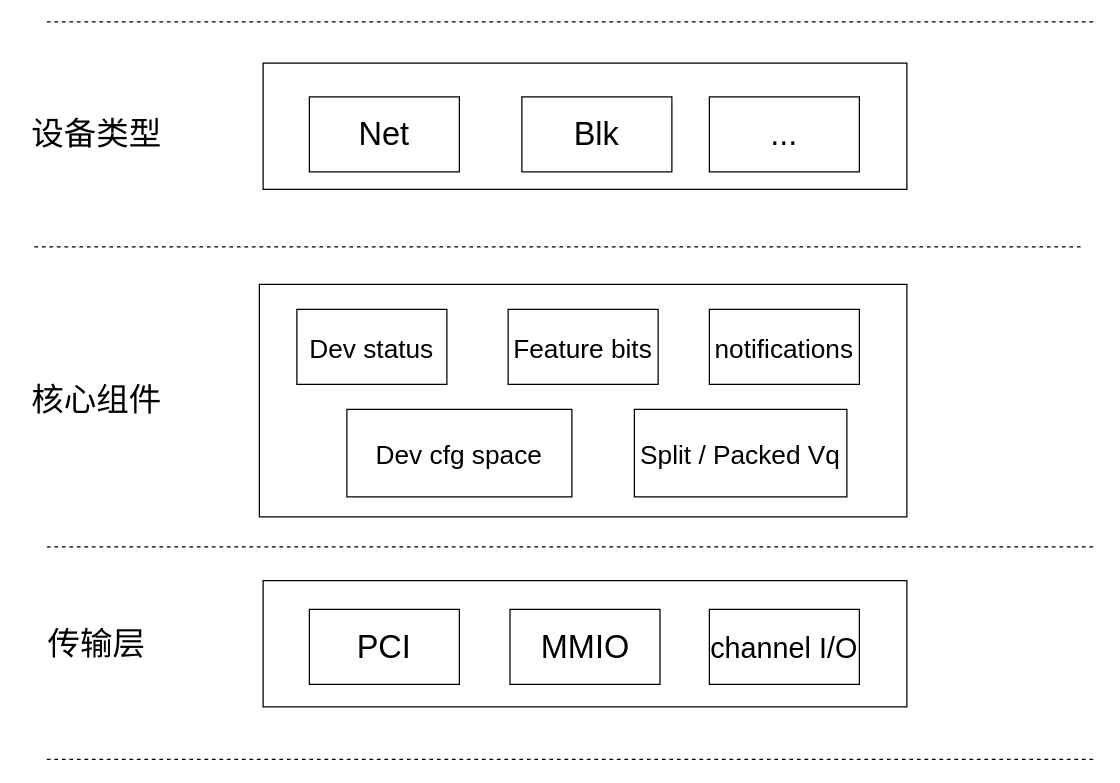
Earlier version of the draw.io diagram virtio基本组件.drawio (SongXiaoLongg/DrawIO). Source tidied: cells renumbered, new cells numbered last; positions are measured from the earlier drawing's top-left corner, leaving out a move shared by most shapes. Both pictures are drawn from the tidied source at 125%, with x=0, y=0 at pixel (21, 21).
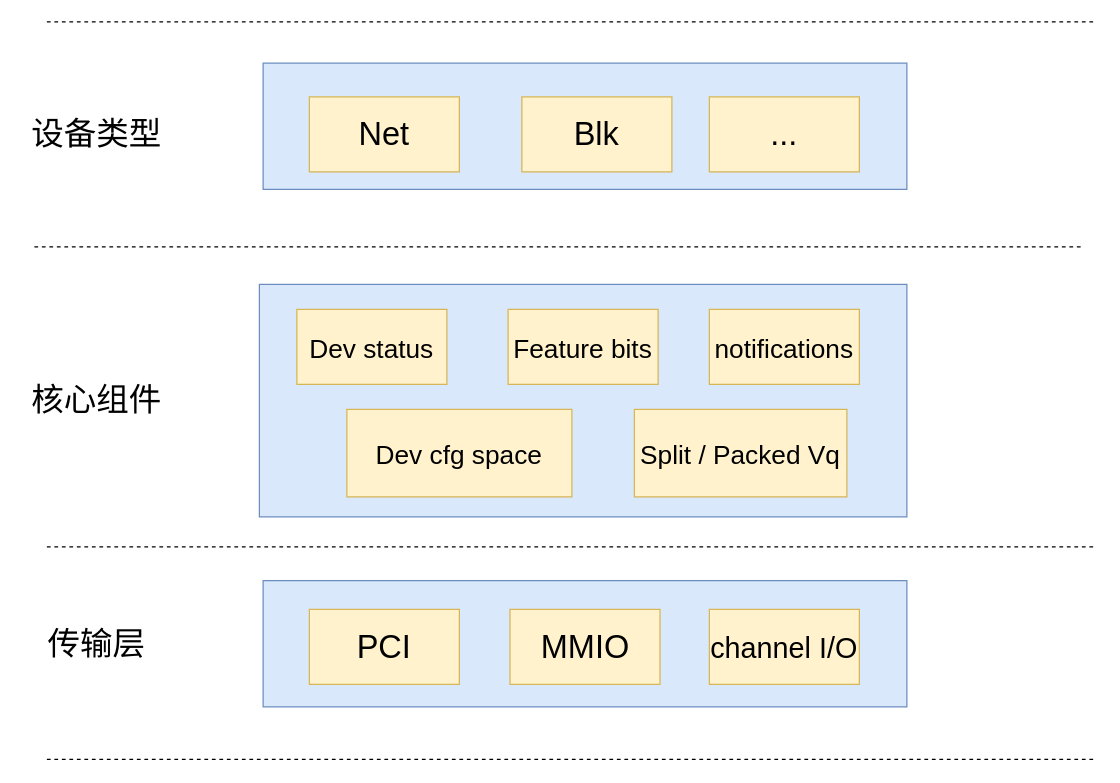
After the change.

Commit message:
更新virtio基本组件.drawio

Change to the diagram source:
```diff
@@
-    <mxCell id="2" style="rounded=0;whiteSpace=wrap;html=1;" parent="1" vertex="1">
+    <mxCell id="2" style="rounded=0;whiteSpace=wrap;html=1;fillColor=#dae8fc;strokeColor=#6c8ebf;" parent="1" vertex="1">
       <mxGeometry x="193" y="33" width="515" height="101" as="geometry" />
     </mxCell>
-    <mxCell id="3" style="rounded=0;whiteSpace=wrap;html=1;" parent="1" vertex="1">
+    <mxCell id="3" style="rounded=0;whiteSpace=wrap;html=1;fillColor=#dae8fc;strokeColor=#6c8ebf;" parent="1" vertex="1">
       <mxGeometry x="190" y="210" width="518" height="186" as="geometry" />
     </mxCell>
-    <mxCell id="4" style="rounded=0;whiteSpace=wrap;html=1;" parent="1" vertex="1">
+    <mxCell id="4" style="rounded=0;whiteSpace=wrap;html=1;fillColor=#dae8fc;strokeColor=#6c8ebf;" parent="1" vertex="1">
       <mxGeometry x="193" y="447" width="515" height="101" as="geometry" />
     </mxCell>
@@
-    <mxCell id="12" value="PCI" style="rounded=0;whiteSpace=wrap;html=1;labelBackgroundColor=#ffffff;fontSize=26;" parent="1" vertex="1">
+    <mxCell id="12" value="PCI" style="rounded=0;whiteSpace=wrap;html=1;labelBackgroundColor=none;fontSize=26;fillColor=#fff2cc;strokeColor=#d6b656;" parent="1" vertex="1">
       <mxGeometry x="230" y="470" width="120" height="60" as="geometry" />
     </mxCell>
-    <mxCell id="13" value="MMIO" style="rounded=0;whiteSpace=wrap;html=1;labelBackgroundColor=#ffffff;fontSize=26;" parent="1" vertex="1">
+    <mxCell id="13" value="MMIO" style="rounded=0;whiteSpace=wrap;html=1;labelBackgroundColor=none;fontSize=26;fillColor=#fff2cc;strokeColor=#d6b656;" parent="1" vertex="1">
       <mxGeometry x="390.5" y="470" width="120" height="60" as="geometry" />
     </mxCell>
-    <mxCell id="14" value="&lt;font style=&quot;font-size: 23px;&quot;&gt;channel I/O&lt;/font&gt;" style="rounded=0;whiteSpace=wrap;html=1;labelBackgroundColor=#ffffff;fontSize=26;" parent="1" vertex="1">
+    <mxCell id="14" value="&lt;font style=&quot;font-size: 23px;&quot;&gt;channel I/O&lt;/font&gt;" style="rounded=0;whiteSpace=wrap;html=1;labelBackgroundColor=none;fontSize=26;fillColor=#fff2cc;strokeColor=#d6b656;" parent="1" vertex="1">
       <mxGeometry x="550" y="470" width="120" height="60" as="geometry" />
     </mxCell>
-    <mxCell id="15" value="&lt;font style=&quot;font-size: 21px;&quot;&gt;Dev status&lt;/font&gt;" style="rounded=0;whiteSpace=wrap;html=1;labelBackgroundColor=#ffffff;fontSize=26;" parent="1" vertex="1">
+    <mxCell id="15" value="&lt;font style=&quot;font-size: 21px;&quot;&gt;Dev status&lt;/font&gt;" style="rounded=0;whiteSpace=wrap;html=1;labelBackgroundColor=none;fontSize=26;fillColor=#fff2cc;strokeColor=#d6b656;" parent="1" vertex="1">
       <mxGeometry x="220" y="230" width="120" height="60" as="geometry" />
     </mxCell>
-    <mxCell id="16" value="&lt;font style=&quot;font-size: 21px;&quot;&gt;Feature bits&lt;/font&gt;" style="rounded=0;whiteSpace=wrap;html=1;labelBackgroundColor=#ffffff;fontSize=26;" parent="1" vertex="1">
+    <mxCell id="16" value="&lt;font style=&quot;font-size: 21px;&quot;&gt;Feature bits&lt;/font&gt;" style="rounded=0;whiteSpace=wrap;html=1;labelBackgroundColor=none;fontSize=26;fillColor=#fff2cc;strokeColor=#d6b656;" parent="1" vertex="1">
       <mxGeometry x="389" y="230" width="120" height="60" as="geometry" />
     </mxCell>
-    <mxCell id="17" value="&lt;font style=&quot;font-size: 21px;&quot;&gt;notifications&lt;/font&gt;" style="rounded=0;whiteSpace=wrap;html=1;labelBackgroundColor=#ffffff;fontSize=26;" parent="1" vertex="1">
+    <mxCell id="17" value="&lt;font style=&quot;font-size: 21px;&quot;&gt;notifications&lt;/font&gt;" style="rounded=0;whiteSpace=wrap;html=1;labelBackgroundColor=none;fontSize=26;fillColor=#fff2cc;strokeColor=#d6b656;" parent="1" vertex="1">
       <mxGeometry x="550" y="230" width="120" height="60" as="geometry" />
     </mxCell>
-    <mxCell id="18" value="&lt;font style=&quot;font-size: 21px; line-height: 0.3;&quot;&gt;Dev cfg space&lt;/font&gt;" style="rounded=0;whiteSpace=wrap;html=1;labelBackgroundColor=#ffffff;fontSize=26;" parent="1" vertex="1">
+    <mxCell id="18" value="&lt;font style=&quot;font-size: 21px; line-height: 0.3;&quot;&gt;Dev cfg space&lt;/font&gt;" style="rounded=0;whiteSpace=wrap;html=1;labelBackgroundColor=none;fontSize=26;fillColor=#fff2cc;strokeColor=#d6b656;" parent="1" vertex="1">
       <mxGeometry x="260" y="310" width="180" height="70" as="geometry" />
     </mxCell>
-    <mxCell id="19" value="&lt;font style=&quot;font-size: 21px; line-height: 0.3;&quot;&gt;Split / Packed Vq&lt;/font&gt;" style="rounded=0;whiteSpace=wrap;html=1;labelBackgroundColor=#ffffff;fontSize=26;" parent="1" vertex="1">
+    <mxCell id="19" value="&lt;font style=&quot;font-size: 21px; line-height: 0.3;&quot;&gt;Split / Packed Vq&lt;/font&gt;" style="rounded=0;whiteSpace=wrap;html=1;labelBackgroundColor=none;fontSize=26;fillColor=#fff2cc;strokeColor=#d6b656;" parent="1" vertex="1">
       <mxGeometry x="490" y="310" width="170" height="70" as="geometry" />
     </mxCell>
-    <mxCell id="20" value="Net" style="rounded=0;whiteSpace=wrap;html=1;labelBackgroundColor=#ffffff;fontSize=26;" parent="1" vertex="1">
+    <mxCell id="20" value="Net" style="rounded=0;whiteSpace=wrap;html=1;labelBackgroundColor=none;fontSize=26;fillColor=#fff2cc;strokeColor=#d6b656;" parent="1" vertex="1">
       <mxGeometry x="230" y="60" width="120" height="60" as="geometry" />
     </mxCell>
-    <mxCell id="21" value="Blk" style="rounded=0;whiteSpace=wrap;html=1;labelBackgroundColor=#ffffff;fontSize=26;" parent="1" vertex="1">
+    <mxCell id="21" value="Blk" style="rounded=0;whiteSpace=wrap;html=1;labelBackgroundColor=none;fontSize=26;fillColor=#fff2cc;strokeColor=#d6b656;" parent="1" vertex="1">
       <mxGeometry x="400" y="60" width="120" height="60" as="geometry" />
     </mxCell>
-    <mxCell id="22" value="..." style="rounded=0;whiteSpace=wrap;html=1;labelBackgroundColor=#ffffff;fontSize=26;" parent="1" vertex="1">
+    <mxCell id="22" value="..." style="rounded=0;whiteSpace=wrap;html=1;labelBackgroundColor=none;fontSize=26;fillColor=#fff2cc;strokeColor=#d6b656;" parent="1" vertex="1">
       <mxGeometry x="550" y="60" width="120" height="60" as="geometry" />
     </mxCell>
```
